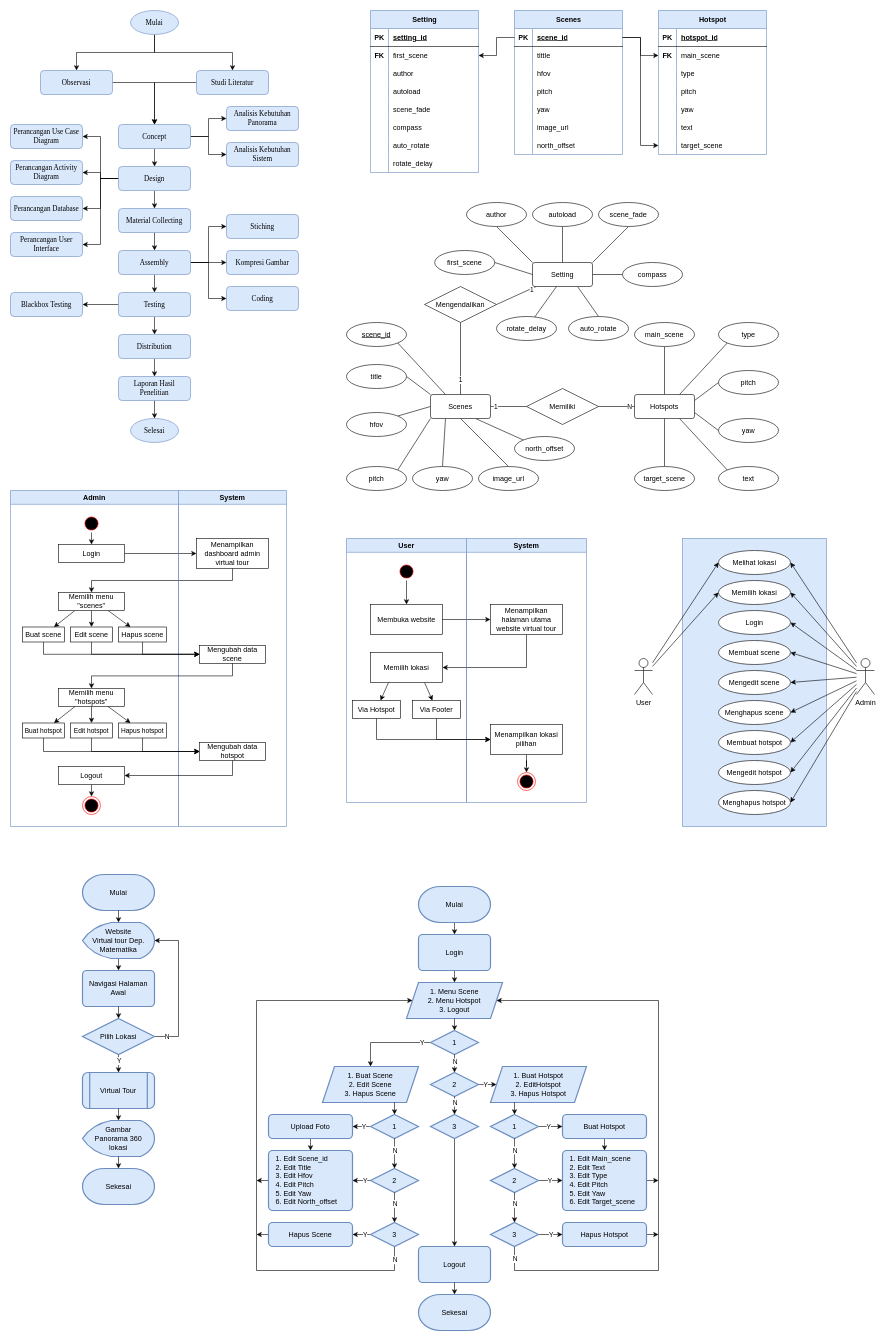
Above: Untitled Diagram.drawio in alfatihart/vt-math (draw.io), before the change. Source tidied: cells renumbered, new cells numbered last; positions are measured from the earlier drawing's top-left corner, leaving out a move shared by most shapes. Both pictures are drawn from the tidied source at 60%, with x=0, y=0 at pixel (10, 10).
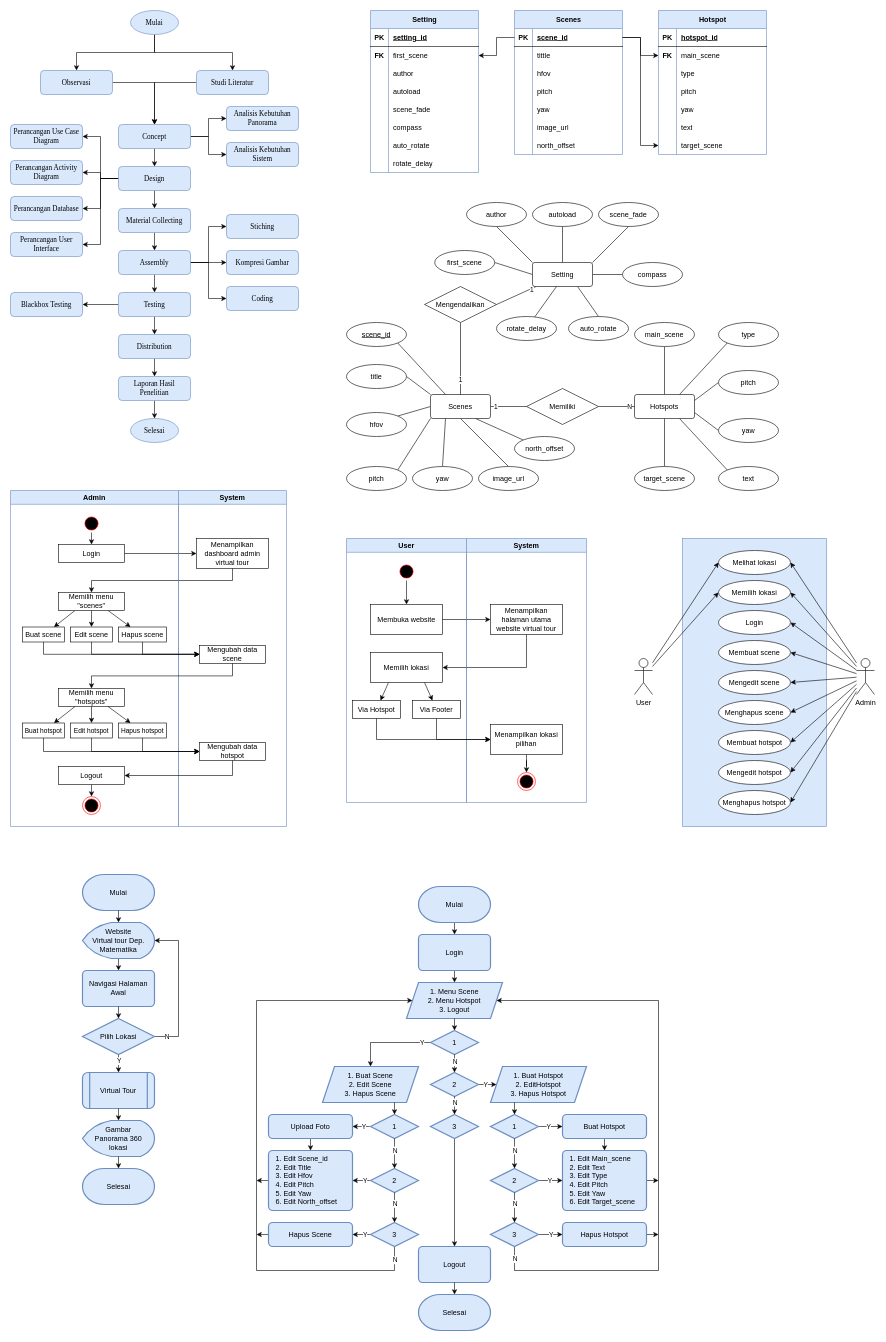
The same page after the edit.

Change to the diagram source:
```diff
@@
-    <mxCell id="253" value="Sekesai" style="strokeWidth=2;html=1;shape=mxgraph.flowchart.terminator;whiteSpace=wrap;fillColor=#dae8fc;strokeColor=#6c8ebf;" parent="1" vertex="1">
+    <mxCell id="253" value="Selesai" style="strokeWidth=2;html=1;shape=mxgraph.flowchart.terminator;whiteSpace=wrap;fillColor=#dae8fc;strokeColor=#6c8ebf;" parent="1" vertex="1">
       <mxGeometry x="120" y="1930" width="120" height="60" as="geometry" />
     </mxCell>
@@
-    <mxCell id="279" value="Sekesai" style="strokeWidth=2;html=1;shape=mxgraph.flowchart.terminator;whiteSpace=wrap;fillColor=#dae8fc;strokeColor=#6c8ebf;" parent="1" vertex="1">
+    <mxCell id="279" value="Selesai" style="strokeWidth=2;html=1;shape=mxgraph.flowchart.terminator;whiteSpace=wrap;fillColor=#dae8fc;strokeColor=#6c8ebf;" parent="1" vertex="1">
       <mxGeometry x="680" y="2140" width="120" height="60" as="geometry" />
     </mxCell>
```
